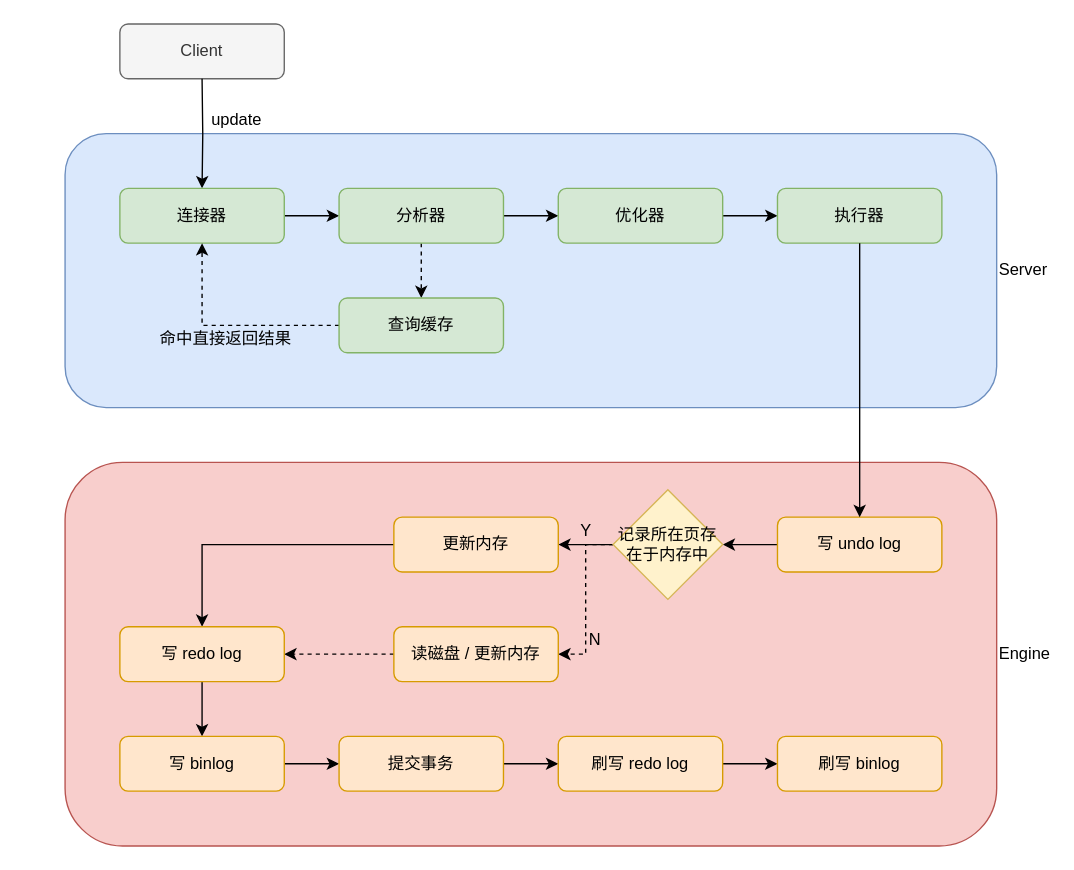
Above: develop-stack/database/mysql/component/mysql_update_table_flow.drawio in sciatta/draw (draw.io), before the change. Source tidied: cells renumbered, new cells numbered last; positions are measured from the earlier drawing's top-left corner, leaving out a move shared by most shapes. Both pictures are drawn from the tidied source at 137%, with x=0, y=0 at pixel (64, 23).
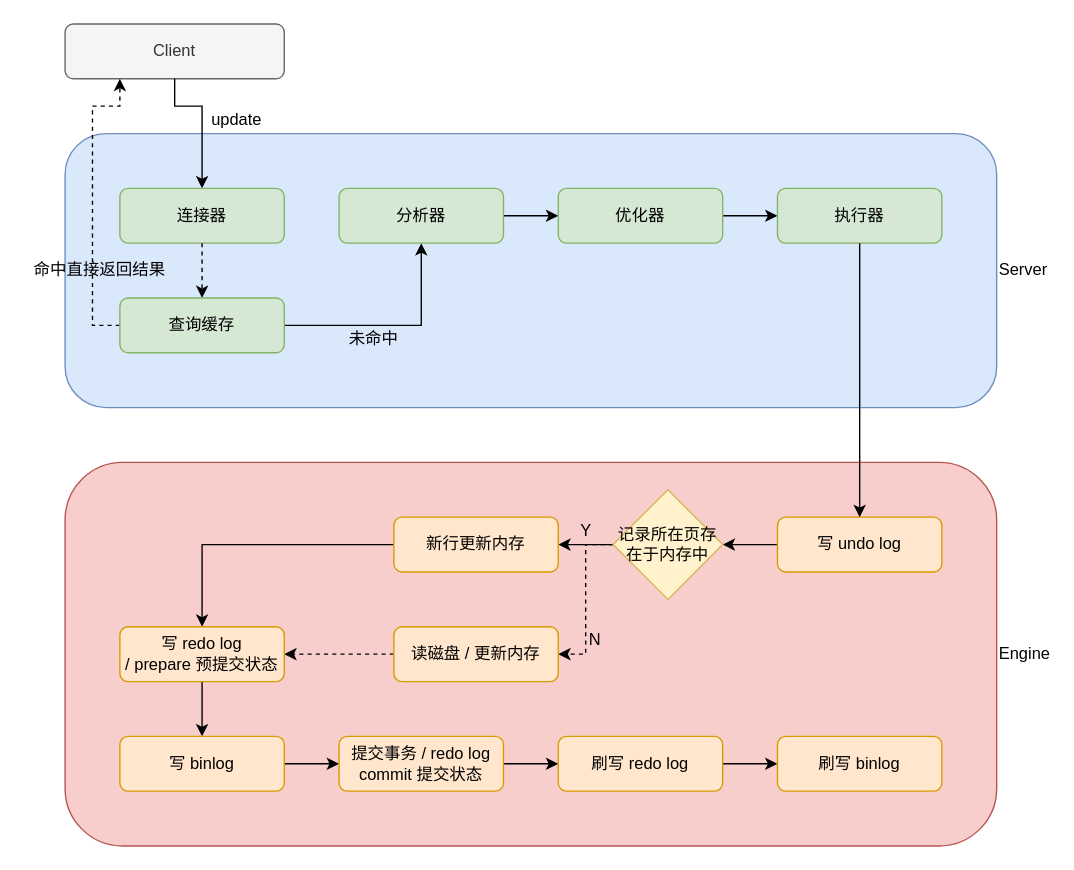
The same diagram, later.

Commit message:
执行流程更新

The change refers to these unchanged cells:
```xml
<mxCell id="6" value="连接器" style="rounded=1;whiteSpace=wrap;html=1;fillColor=#d5e8d4;strokeColor=#82b366;" parent="1" vertex="1">
  <mxGeometry x="40" y="120" width="120" height="40" as="geometry" />
</mxCell>
<mxCell id="9" value="分析器" style="rounded=1;whiteSpace=wrap;html=1;fillColor=#d5e8d4;strokeColor=#82b366;" parent="1" vertex="1">
  <mxGeometry x="200" y="120" width="120" height="40" as="geometry" />
</mxCell>
```

What changed in the source:
```diff
@@
     <mxCell id="2" value="Client" style="rounded=1;whiteSpace=wrap;html=1;labelPosition=center;verticalLabelPosition=middle;align=center;verticalAlign=middle;fillColor=#f5f5f5;strokeColor=#666666;fontColor=#333333;" parent="1" vertex="1">
-      <mxGeometry x="40" width="120" height="40" as="geometry" />
+      <mxGeometry width="160" height="40" as="geometry" />
     </mxCell>
@@
-    <mxCell id="4" style="edgeStyle=orthogonalEdgeStyle;rounded=0;jettySize=auto;html=1;" parent="1" edge="1" target="6">
+    <mxCell id="4" style="edgeStyle=orthogonalEdgeStyle;rounded=0;jettySize=auto;html=1;exitX=0.5;exitY=1;exitDx=0;exitDy=0;" parent="1" edge="1" source="2" target="6">
       <mxGeometry relative="1" as="geometry">
-        <mxPoint x="100" y="40" as="sourcePoint" />
+        <Array as="points">
+          <mxPoint x="80" y="60" />
+          <mxPoint x="100" y="60" />
+        </Array>
       </mxGeometry>
     </mxCell>
-    <mxCell id="5" style="edgeStyle=orthogonalEdgeStyle;rounded=0;jettySize=auto;html=1;entryX=0;entryY=0.5;entryDx=0;entryDy=0;" parent="1" edge="1" source="6" target="9">
-      <mxGeometry relative="1" as="geometry" />
+    <mxCell id="5" style="edgeStyle=orthogonalEdgeStyle;rounded=0;jettySize=auto;html=1;exitX=1;exitY=0.5;exitDx=0;exitDy=0;" parent="1" edge="1" source="14" target="9">
+      <mxGeometry relative="1" as="geometry">
+        <Array as="points">
+          <mxPoint x="260" y="220" />
+        </Array>
+      </mxGeometry>
     </mxCell>
@@
-    <mxCell id="8" style="edgeStyle=orthogonalEdgeStyle;rounded=0;jettySize=auto;html=1;dashed=1;" parent="1" edge="1" source="9" target="14">
-      <mxGeometry relative="1" as="geometry" />
+    <mxCell id="8" style="edgeStyle=orthogonalEdgeStyle;rounded=0;jettySize=auto;html=1;dashed=1;" parent="1" edge="1" target="14">
+      <mxGeometry relative="1" as="geometry">
+        <mxPoint x="100" y="160" as="sourcePoint" />
+        <Array as="points">
+          <mxPoint x="100" y="160" />
+        </Array>
+      </mxGeometry>
     </mxCell>
@@
-    <mxCell id="13" style="edgeStyle=orthogonalEdgeStyle;rounded=0;jettySize=auto;html=1;entryX=0.5;entryY=1;entryDx=0;entryDy=0;dashed=1;" parent="1" edge="1" source="14" target="6">
-      <mxGeometry relative="1" as="geometry" />
+    <mxCell id="13" style="edgeStyle=orthogonalEdgeStyle;rounded=0;jettySize=auto;html=1;entryX=0.25;entryY=1;entryDx=0;entryDy=0;dashed=1;" parent="1" edge="1" source="14" target="2">
+      <mxGeometry relative="1" as="geometry">
+        <Array as="points">
+          <mxPoint x="20" y="220" />
+          <mxPoint x="20" y="60" />
+          <mxPoint x="40" y="60" />
+        </Array>
+      </mxGeometry>
     </mxCell>
     <mxCell id="14" value="查询缓存" style="rounded=1;whiteSpace=wrap;html=1;fillColor=#d5e8d4;strokeColor=#82b366;" parent="1" vertex="1">
-      <mxGeometry x="200" y="200" width="120" height="40" as="geometry" />
+      <mxGeometry x="40" y="200" width="120" height="40" as="geometry" />
     </mxCell>
     <mxCell id="15" value="命中直接返回结果" style="text;html=1;align=center;verticalAlign=middle;" parent="1" vertex="1">
-      <mxGeometry x="62" y="220" width="110" height="20" as="geometry" />
+      <mxGeometry x="-30" y="170" width="110" height="20" as="geometry" />
     </mxCell>
@@
-    <mxCell id="24" value="更新内存" style="rounded=1;whiteSpace=wrap;html=1;fillColor=#ffe6cc;strokeColor=#d79b00;" parent="1" vertex="1">
+    <mxCell id="24" value="新行更新内存" style="rounded=1;whiteSpace=wrap;html=1;fillColor=#ffe6cc;strokeColor=#d79b00;" parent="1" vertex="1">
       <mxGeometry x="240" y="360" width="120" height="40" as="geometry" />
     </mxCell>
@@
-    <mxCell id="30" value="写 redo log" style="rounded=1;whiteSpace=wrap;html=1;fillColor=#ffe6cc;strokeColor=#d79b00;" parent="1" vertex="1">
+    <mxCell id="30" value="写 redo log /&amp;nbsp;&lt;span style=&quot;white-space: nowrap&quot;&gt;prepare 预提交状态&lt;/span&gt;" style="rounded=1;whiteSpace=wrap;html=1;fillColor=#ffe6cc;strokeColor=#d79b00;" parent="1" vertex="1">
       <mxGeometry x="40" y="440" width="120" height="40" as="geometry" />
     </mxCell>
@@
-    <mxCell id="34" value="提交事务" style="rounded=1;whiteSpace=wrap;html=1;fillColor=#ffe6cc;strokeColor=#d79b00;" parent="1" vertex="1">
+    <mxCell id="34" value="提交事务 / redo log commit 提交状态" style="rounded=1;whiteSpace=wrap;html=1;fillColor=#ffe6cc;strokeColor=#d79b00;" parent="1" vertex="1">
       <mxGeometry x="200" y="520" width="120" height="40" as="geometry" />
     </mxCell>
@@
+    <mxCell id="39" value="未命中" style="text;html=1;align=center;verticalAlign=middle;" parent="1" vertex="1">
+      <mxGeometry x="200" y="220" width="50" height="20" as="geometry" />
+    </mxCell>
```
